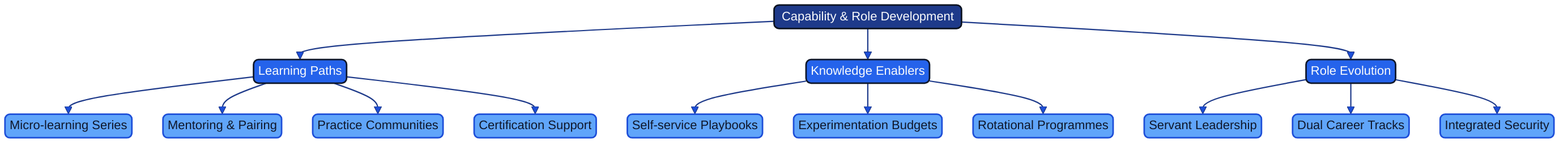
Geonitab/architecture_as_code keeps this Mermaid diagram as docs/images/mindmap_17b_capability_roles.png. Above is the earlier version. Its source is kept beside it as docs/images/mindmap_17b_capability_roles.mmd. The source it was exported from:
```mermaid
graph TD
    ROOT(["Capability & Role Development"]):::geon-primary
    ROOT --> LP["Learning Paths"]:::geon-accent
    ROOT --> KE["Knowledge Enablers"]:::geon-accent
    ROOT --> RE["Role Evolution"]:::geon-accent
    LP --> LP1["Micro-learning Series"]:::geon-highlight
    LP --> LP2["Mentoring & Pairing"]:::geon-highlight
    LP --> LP3["Practice Communities"]:::geon-highlight
    LP --> LP4["Certification Support"]:::geon-highlight
    KE --> KE1["Self-service Playbooks"]:::geon-highlight
    KE --> KE2["Experimentation Budgets"]:::geon-highlight
    KE --> KE3["Rotational Programmes"]:::geon-highlight
    RE --> RE1["Servant Leadership"]:::geon-highlight
    RE --> RE2["Dual Career Tracks"]:::geon-highlight
    RE --> RE3["Integrated Security"]:::geon-highlight
```
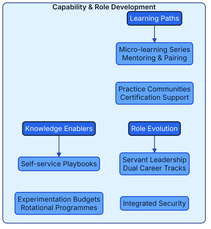
The same diagram one commit later.

Diff of the diagram source:
```diff
@@ -1,15 +1,20 @@
-graph TD
-    ROOT(["Capability & Role Development"]):::geon-primary
-    ROOT --> LP["Learning Paths"]:::geon-accent
-    ROOT --> KE["Knowledge Enablers"]:::geon-accent
-    ROOT --> RE["Role Evolution"]:::geon-accent
-    LP --> LP1["Micro-learning Series"]:::geon-highlight
-    LP --> LP2["Mentoring & Pairing"]:::geon-highlight
-    LP --> LP3["Practice Communities"]:::geon-highlight
-    LP --> LP4["Certification Support"]:::geon-highlight
-    KE --> KE1["Self-service Playbooks"]:::geon-highlight
-    KE --> KE2["Experimentation Budgets"]:::geon-highlight
-    KE --> KE3["Rotational Programmes"]:::geon-highlight
-    RE --> RE1["Servant Leadership"]:::geon-highlight
-    RE --> RE2["Dual Career Tracks"]:::geon-highlight
-    RE --> RE3["Integrated Security"]:::geon-highlight
+flowchart TB
+    subgraph ROOT["Capability & Role Development"]
+        direction TB
+        B0["Learning Paths"]:::geon-accent
+        L0_0["Micro-learning Series<br/>Mentoring & Pairing"]:::geon-highlight
+        B0 --> L0_0
+        L0_1["Practice Communities<br/>Certification Support"]:::geon-highlight
+        L0_0 ~~~ L0_1
+        B1["Knowledge Enablers"]:::geon-accent
+        L1_0["Self-service Playbooks"]:::geon-highlight
+        B1 --> L1_0
+        L1_1["Experimentation Budgets<br/>Rotational Programmes"]:::geon-highlight
+        L1_0 ~~~ L1_1
+        B2["Role Evolution"]:::geon-accent
+        L2_0["Servant Leadership<br/>Dual Career Tracks"]:::geon-highlight
+        B2 --> L2_0
+        L2_1["Integrated Security"]:::geon-highlight
+        L2_0 ~~~ L2_1
+        L0_1 ~~~ B2
+    end
```
